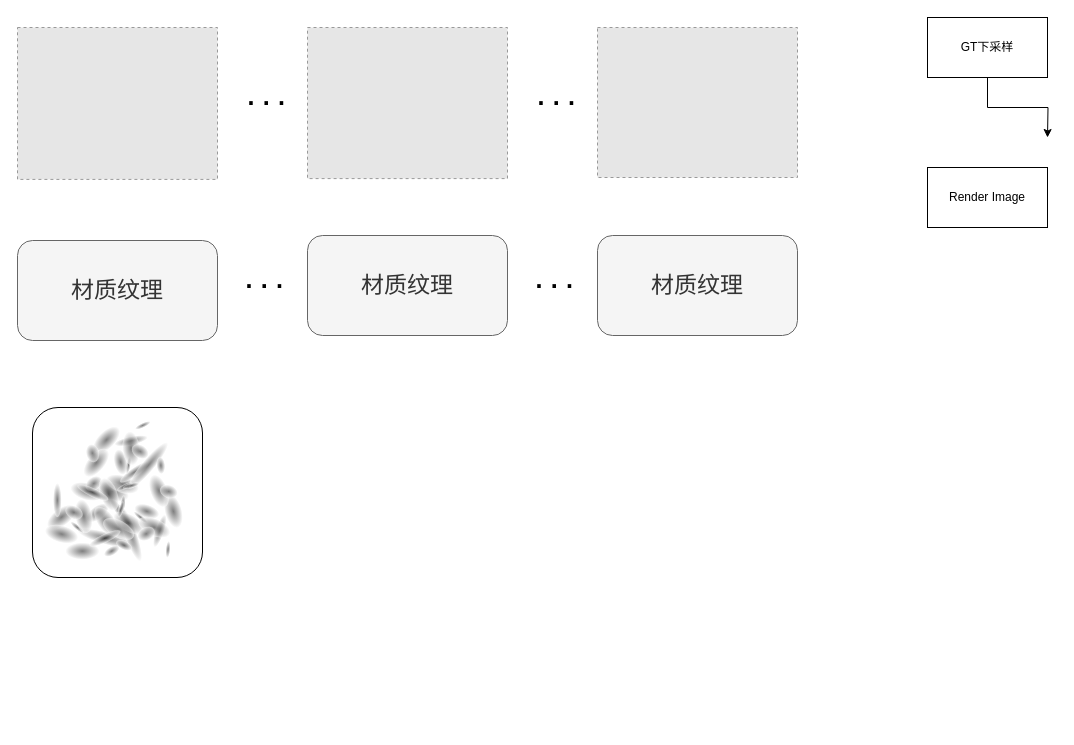
thEu-suisei/draw_io keeps this draw.io diagram as mid-term/预训练环境纹理与渐进式训练.drawio. Above is the earlier version. Source tidied: cells renumbered, new cells numbered last; positions are measured from the earlier drawing's top-left corner, leaving out a move shared by most shapes. Both pictures are drawn from the tidied source at 100%, with x=0, y=0 at pixel (17, 17). Pictures stored in the file or linked from it are replaced by grey dashed boxes.
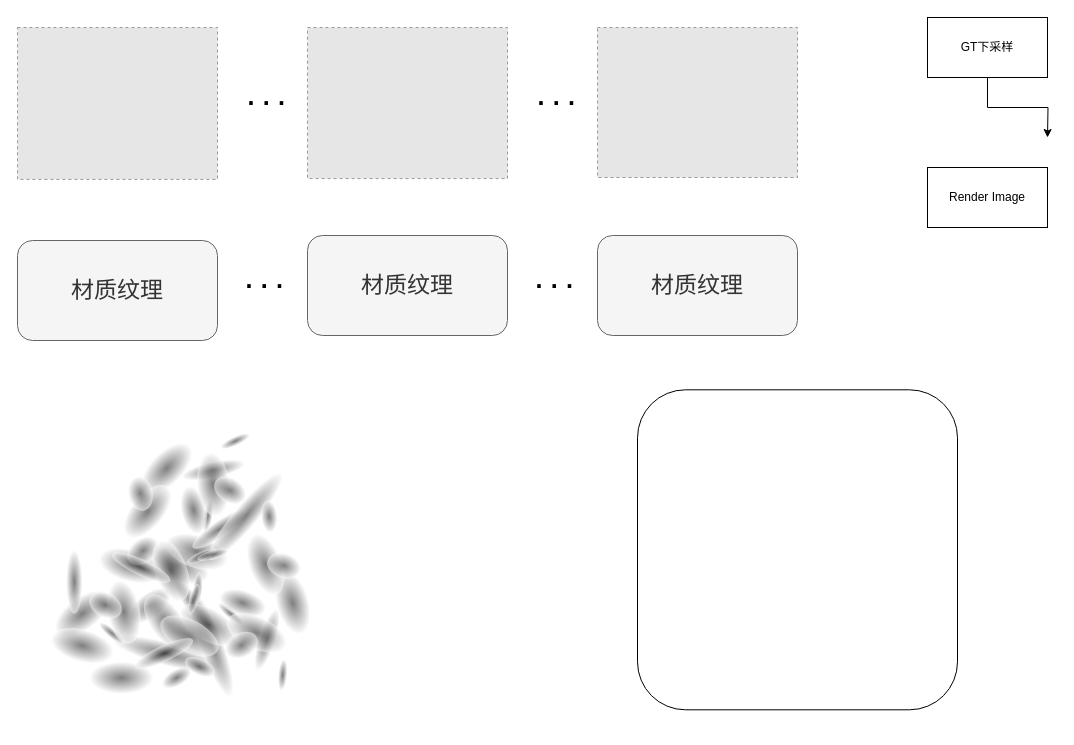
The same page after the edit.

Commit message (it also covers changes not shown here):
更新预训练环境纹理与渐进式训练.drawio

Diff of the diagram source:
```diff
@@
     <mxCell id="15" style="group;rounded=1;" parent="1" vertex="1">
-      <mxGeometry x="15" y="390" width="170" height="170" as="geometry" />
+      <mxGeometry x="10" y="390" width="320" height="320" as="geometry" />
     </mxCell>
-    <mxCell id="16" style="whiteSpace=wrap;html=1;rounded=1;" parent="15" vertex="1">
-      <mxGeometry width="170" height="170" as="geometry" />
-    </mxCell>
     <mxCell id="17" style="ellipse;whiteSpace=wrap;html=1;gradientColor=#FFFFFF;gradientDirection=radial;fillColor=#000000;strokeColor=none;rotation=53;opacity=50;" parent="15" vertex="1">
-      <mxGeometry x="20.6" y="92.6" width="17" height="34" as="geometry" />
+      <mxGeometry x="38.8" y="174.3" width="32" height="64" as="geometry" />
     </mxCell>
     <mxCell id="18" style="ellipse;whiteSpace=wrap;html=1;gradientColor=#FFFFFF;gradientDirection=radial;fillColor=#000000;strokeColor=none;rotation=110;opacity=50;" parent="15" vertex="1">
-      <mxGeometry x="71.6" y="67" width="17" height="34" as="geometry" />
+      <mxGeometry x="134.8" y="126.1" width="32" height="64" as="geometry" />
     </mxCell>
     <mxCell id="19" style="ellipse;whiteSpace=wrap;html=1;gradientColor=#FFFFFF;gradientDirection=radial;fillColor=#000000;strokeColor=none;rotation=105;opacity=50;" parent="15" vertex="1">
-      <mxGeometry x="46.1" y="67" width="17" height="34" as="geometry" />
+      <mxGeometry x="86.8" y="126.1" width="32" height="64" as="geometry" />
     </mxCell>
     <mxCell id="20" style="ellipse;whiteSpace=wrap;html=1;gradientColor=#FFFFFF;gradientDirection=radial;fillColor=#000000;strokeColor=none;rotation=53;opacity=50;" parent="15" vertex="1">
-      <mxGeometry x="71.6" y="101" width="34" height="8.6" as="geometry" />
+      <mxGeometry x="134.8" y="190.1" width="64" height="16.1" as="geometry" />
     </mxCell>
     <mxCell id="21" style="ellipse;whiteSpace=wrap;html=1;gradientColor=#FFFFFF;gradientDirection=radial;fillColor=#000000;strokeColor=none;rotation=105;opacity=50;" parent="15" vertex="1">
-      <mxGeometry x="20.6" y="109.6" width="17" height="34" as="geometry" />
+      <mxGeometry x="38.8" y="206.3" width="32" height="64" as="geometry" />
     </mxCell>
     <mxCell id="22" style="ellipse;whiteSpace=wrap;html=1;gradientColor=#FFFFFF;gradientDirection=radial;fillColor=#000000;strokeColor=none;rotation=105;opacity=50;" parent="15" vertex="1">
-      <mxGeometry x="67.8" y="101.1" width="12.3" height="59.5" as="geometry" />
+      <mxGeometry x="127.6" y="190.3" width="23.2" height="112" as="geometry" />
     </mxCell>
     <mxCell id="23" style="ellipse;whiteSpace=wrap;html=1;gradientColor=#FFFFFF;gradientDirection=radial;fillColor=#000000;strokeColor=none;rotation=53;opacity=50;" parent="15" vertex="1">
-      <mxGeometry x="58.4" y="92.5" width="13.2" height="25.6" as="geometry" />
+      <mxGeometry x="110" y="174.1" width="24.8" height="48.1" as="geometry" />
     </mxCell>
     <mxCell id="24" style="ellipse;whiteSpace=wrap;html=1;gradientColor=#FFFFFF;gradientDirection=radial;fillColor=#000000;strokeColor=none;rotation=53;opacity=50;" parent="15" vertex="1">
-      <mxGeometry x="54.9" y="67" width="12.9" height="18.2" as="geometry" />
+      <mxGeometry x="103.4" y="126.1" width="24.2" height="34.4" as="geometry" />
     </mxCell>
     <mxCell id="25" style="ellipse;whiteSpace=wrap;html=1;gradientColor=#FFFFFF;gradientDirection=radial;fillColor=#000000;strokeColor=none;rotation=-90;opacity=50;" parent="15" vertex="1">
-      <mxGeometry x="41.4" y="126.6" width="17" height="34" as="geometry" />
+      <mxGeometry x="78" y="238.3" width="32" height="64" as="geometry" />
     </mxCell>
     <mxCell id="26" style="ellipse;whiteSpace=wrap;html=1;gradientColor=#FFFFFF;gradientDirection=radial;fillColor=#000000;strokeColor=none;rotation=0;opacity=50;" parent="15" vertex="1">
-      <mxGeometry x="20.6" y="75.6" width="8.5" height="34" as="geometry" />
+      <mxGeometry x="38.8" y="142.3" width="16" height="64" as="geometry" />
     </mxCell>
     <mxCell id="27" style="ellipse;whiteSpace=wrap;html=1;gradientColor=#FFFFFF;gradientDirection=radial;fillColor=#000000;strokeColor=none;rotation=60;opacity=50;" parent="15" vertex="1">
-      <mxGeometry x="75" y="135" width="8.5" height="17.1" as="geometry" />
+      <mxGeometry x="141.2" y="254.2" width="16" height="32.1" as="geometry" />
     </mxCell>
     <mxCell id="28" style="ellipse;whiteSpace=wrap;html=1;gradientColor=#FFFFFF;gradientDirection=radial;fillColor=#000000;strokeColor=none;rotation=130;opacity=50;" parent="15" vertex="1">
-      <mxGeometry x="42.4" y="111.4" width="4.7" height="16.9" as="geometry" />
+      <mxGeometry x="79.9" y="209.8" width="8.8" height="31.9" as="geometry" />
     </mxCell>
     <mxCell id="29" style="ellipse;whiteSpace=wrap;html=1;gradientColor=#FFFFFF;gradientDirection=radial;fillColor=#000000;strokeColor=none;rotation=130;opacity=50;" parent="15" vertex="1">
-      <mxGeometry x="105.6" y="101.2" width="4.7" height="16.9" as="geometry" />
+      <mxGeometry x="198.8" y="190.4" width="8.8" height="31.9" as="geometry" />
     </mxCell>
     <mxCell id="30" style="ellipse;whiteSpace=wrap;html=1;gradientColor=#FFFFFF;gradientDirection=radial;fillColor=#000000;strokeColor=none;rotation=108;opacity=50;" parent="15" vertex="1">
-      <mxGeometry x="81.4" y="59.6" width="17" height="34" as="geometry" />
+      <mxGeometry x="153.2" y="112.2" width="32" height="64" as="geometry" />
     </mxCell>
     <mxCell id="31" style="ellipse;whiteSpace=wrap;html=1;gradientColor=#FFFFFF;gradientDirection=radial;fillColor=#000000;strokeColor=none;rotation=165;opacity=50;" parent="15" vertex="1">
-      <mxGeometry x="132.4" y="86.8" width="17" height="34" as="geometry" />
+      <mxGeometry x="249.2" y="163.4" width="32" height="64" as="geometry" />
     </mxCell>
     <mxCell id="32" style="ellipse;whiteSpace=wrap;html=1;gradientColor=#FFFFFF;gradientDirection=radial;fillColor=#000000;strokeColor=none;rotation=160;opacity=50;" parent="15" vertex="1">
-      <mxGeometry x="117.9" y="66.4" width="17" height="34" as="geometry" />
+      <mxGeometry x="222" y="125" width="32" height="64" as="geometry" />
     </mxCell>
     <mxCell id="33" style="ellipse;whiteSpace=wrap;html=1;gradientColor=#FFFFFF;gradientDirection=radial;fillColor=#000000;strokeColor=none;rotation=108;opacity=50;" parent="15" vertex="1">
-      <mxGeometry x="110.3" y="119.1" width="34" height="8.6" as="geometry" />
+      <mxGeometry x="207.6" y="224.2" width="64" height="16.1" as="geometry" />
     </mxCell>
     <mxCell id="34" style="ellipse;whiteSpace=wrap;html=1;gradientColor=#FFFFFF;gradientDirection=radial;fillColor=#000000;strokeColor=none;rotation=160;opacity=50;" parent="15" vertex="1">
-      <mxGeometry x="67.8" y="69.8" width="17" height="34" as="geometry" />
+      <mxGeometry x="127.6" y="131.4" width="32" height="64" as="geometry" />
     </mxCell>
     <mxCell id="35" style="ellipse;whiteSpace=wrap;html=1;gradientColor=#FFFFFF;gradientDirection=radial;fillColor=#000000;strokeColor=none;rotation=160;opacity=50;" parent="15" vertex="1">
-      <mxGeometry x="91.6" y="96.1" width="12.3" height="59.5" as="geometry" />
+      <mxGeometry x="172.4" y="181" width="23.2" height="112" as="geometry" />
     </mxCell>
     <mxCell id="36" style="ellipse;whiteSpace=wrap;html=1;gradientColor=#FFFFFF;gradientDirection=radial;fillColor=#000000;strokeColor=none;rotation=108;opacity=50;" parent="15" vertex="1">
-      <mxGeometry x="107.7" y="91" width="13.2" height="25.6" as="geometry" />
+      <mxGeometry x="202.8" y="171.4" width="24.8" height="48.1" as="geometry" />
     </mxCell>
     <mxCell id="37" style="ellipse;whiteSpace=wrap;html=1;gradientColor=#FFFFFF;gradientDirection=radial;fillColor=#000000;strokeColor=none;rotation=108;opacity=50;" parent="15" vertex="1">
-      <mxGeometry x="129.8" y="74.9" width="12.9" height="18.2" as="geometry" />
+      <mxGeometry x="244.4" y="141" width="24.2" height="34.4" as="geometry" />
     </mxCell>
     <mxCell id="38" style="ellipse;whiteSpace=wrap;html=1;gradientColor=#FFFFFF;gradientDirection=radial;fillColor=#000000;strokeColor=none;rotation=-35;opacity=50;" parent="15" vertex="1">
-      <mxGeometry x="65.2" y="97" width="17" height="34" as="geometry" />
+      <mxGeometry x="122.8" y="182.6" width="32" height="64" as="geometry" />
     </mxCell>
     <mxCell id="39" style="ellipse;whiteSpace=wrap;html=1;gradientColor=#FFFFFF;gradientDirection=radial;fillColor=#000000;strokeColor=none;rotation=55;opacity=50;" parent="15" vertex="1">
-      <mxGeometry x="97.5" y="47.7" width="8.5" height="34" as="geometry" />
+      <mxGeometry x="183.6" y="89.8" width="16" height="64" as="geometry" />
     </mxCell>
     <mxCell id="40" style="ellipse;whiteSpace=wrap;html=1;gradientColor=#FFFFFF;gradientDirection=radial;fillColor=#000000;strokeColor=none;rotation=115;opacity=50;" parent="15" vertex="1">
-      <mxGeometry x="87.3" y="129.3" width="8.5" height="17.1" as="geometry" />
+      <mxGeometry x="164.4" y="243.4" width="16" height="32.1" as="geometry" />
     </mxCell>
     <mxCell id="41" style="ellipse;whiteSpace=wrap;html=1;gradientColor=#FFFFFF;gradientDirection=radial;fillColor=#000000;strokeColor=none;rotation=185;opacity=50;" parent="15" vertex="1">
-      <mxGeometry x="88.2" y="87.6" width="4.7" height="16.9" as="geometry" />
+      <mxGeometry x="166" y="165" width="8.8" height="31.9" as="geometry" />
     </mxCell>
     <mxCell id="42" style="ellipse;whiteSpace=wrap;html=1;gradientColor=#FFFFFF;gradientDirection=radial;fillColor=#000000;strokeColor=none;rotation=185;opacity=50;" parent="15" vertex="1">
-      <mxGeometry x="133.2" y="133.5" width="4.7" height="16.9" as="geometry" />
+      <mxGeometry x="250.8" y="251.4" width="8.8" height="31.9" as="geometry" />
     </mxCell>
     <mxCell id="43" style="ellipse;whiteSpace=wrap;html=1;gradientColor=#FFFFFF;gradientDirection=radial;fillColor=#000000;strokeColor=none;rotation=-60;opacity=50;" parent="15" vertex="1">
-      <mxGeometry x="87.8" y="98.5" width="17" height="34" as="geometry" />
+      <mxGeometry x="165.2" y="185.3" width="32" height="64" as="geometry" />
     </mxCell>
     <mxCell id="44" style="ellipse;whiteSpace=wrap;html=1;gradientColor=#FFFFFF;gradientDirection=radial;fillColor=#000000;strokeColor=none;rotation=-65;opacity=50;" parent="15" vertex="1">
-      <mxGeometry x="113.3" y="102.7" width="17" height="34" as="geometry" />
+      <mxGeometry x="213.2" y="193.3" width="32" height="64" as="geometry" />
     </mxCell>
     <mxCell id="45" style="ellipse;whiteSpace=wrap;html=1;gradientColor=#FFFFFF;gradientDirection=radial;fillColor=#000000;strokeColor=none;rotation=-117;opacity=50;" parent="15" vertex="1">
-      <mxGeometry x="107.3" y="117.2" width="12.9" height="18.2" as="geometry" />
+      <mxGeometry x="202" y="220.5" width="24.2" height="34.4" as="geometry" />
     </mxCell>
     <mxCell id="46" style="ellipse;whiteSpace=wrap;html=1;gradientColor=#FFFFFF;gradientDirection=radial;fillColor=#000000;strokeColor=none;rotation=-62;opacity=50;" parent="15" vertex="1">
-      <mxGeometry x="77.6" y="104.4" width="17" height="34" as="geometry" />
+      <mxGeometry x="146" y="196.5" width="32" height="64" as="geometry" />
     </mxCell>
     <mxCell id="47" style="ellipse;whiteSpace=wrap;html=1;gradientColor=#FFFFFF;gradientDirection=radial;fillColor=#000000;strokeColor=none;rotation=-10;opacity=50;" parent="15" vertex="1">
-      <mxGeometry x="42.7" y="91.7" width="17" height="34" as="geometry" />
+      <mxGeometry x="80.4" y="172.5" width="32" height="64" as="geometry" />
     </mxCell>
     <mxCell id="48" style="ellipse;whiteSpace=wrap;html=1;gradientColor=#FFFFFF;gradientDirection=radial;fillColor=#000000;strokeColor=none;rotation=-62;opacity=50;" parent="15" vertex="1">
-      <mxGeometry x="35.1" y="95.9" width="12.9" height="18.2" as="geometry" />
+      <mxGeometry x="66" y="180.5" width="24.2" height="34.4" as="geometry" />
     </mxCell>
     <mxCell id="49" style="ellipse;whiteSpace=wrap;html=1;gradientColor=#FFFFFF;gradientDirection=radial;fillColor=#000000;strokeColor=none;rotation=-115;opacity=50;" parent="15" vertex="1">
-      <mxGeometry x="68.2" y="113.8" width="8.5" height="34" as="geometry" />
+      <mxGeometry x="128.4" y="214.1" width="16" height="64" as="geometry" />
     </mxCell>
     <mxCell id="50" style="ellipse;whiteSpace=wrap;html=1;gradientColor=#FFFFFF;gradientDirection=radial;fillColor=#000000;strokeColor=none;rotation=15;opacity=50;" parent="15" vertex="1">
-      <mxGeometry x="86.1" y="93.4" width="4.7" height="16.9" as="geometry" />
+      <mxGeometry x="162" y="175.7" width="8.8" height="31.9" as="geometry" />
     </mxCell>
     <mxCell id="51" style="ellipse;whiteSpace=wrap;html=1;gradientColor=#FFFFFF;gradientDirection=radial;fillColor=#000000;strokeColor=none;rotation=10;opacity=50;" parent="15" vertex="1">
-      <mxGeometry x="93.5" y="49.4" width="4.7" height="16.9" as="geometry" />
+      <mxGeometry x="176.1" y="92.9" width="8.8" height="31.9" as="geometry" />
     </mxCell>
     <mxCell id="52" style="ellipse;whiteSpace=wrap;html=1;gradientColor=#FFFFFF;gradientDirection=radial;fillColor=#000000;strokeColor=none;rotation=45;opacity=50;" parent="15" vertex="1">
-      <mxGeometry x="65.5" y="15.4" width="17" height="34" as="geometry" />
+      <mxGeometry x="123.3" y="28.9" width="32" height="64" as="geometry" />
     </mxCell>
     <mxCell id="53" style="ellipse;whiteSpace=wrap;html=1;gradientColor=#FFFFFF;gradientDirection=radial;fillColor=#000000;strokeColor=none;rotation=40;opacity=50;" parent="15" vertex="1">
-      <mxGeometry x="55.3" y="38.3" width="17" height="34" as="geometry" />
+      <mxGeometry x="104.1" y="72.1" width="32" height="64" as="geometry" />
     </mxCell>
     <mxCell id="54" style="ellipse;whiteSpace=wrap;html=1;gradientColor=#FFFFFF;gradientDirection=radial;fillColor=#000000;strokeColor=none;rotation=-12;opacity=50;" parent="15" vertex="1">
-      <mxGeometry x="81.6" y="29" width="34" height="8.6" as="geometry" />
+      <mxGeometry x="153.7" y="54.5" width="64" height="16.1" as="geometry" />
     </mxCell>
     <mxCell id="55" style="ellipse;whiteSpace=wrap;html=1;gradientColor=#FFFFFF;gradientDirection=radial;fillColor=#000000;strokeColor=none;rotation=40;opacity=50;" parent="15" vertex="1">
-      <mxGeometry x="109.7" y="28.1" width="12.3" height="59.5" as="geometry" />
+      <mxGeometry x="206.5" y="52.9" width="23.2" height="112" as="geometry" />
     </mxCell>
     <mxCell id="56" style="ellipse;whiteSpace=wrap;html=1;gradientColor=#FFFFFF;gradientDirection=radial;fillColor=#000000;strokeColor=none;rotation=-12;opacity=50;" parent="15" vertex="1">
-      <mxGeometry x="81.6" y="41.7" width="13.2" height="25.6" as="geometry" />
+      <mxGeometry x="153.7" y="78.5" width="24.8" height="48.1" as="geometry" />
     </mxCell>
     <mxCell id="57" style="ellipse;whiteSpace=wrap;html=1;gradientColor=#FFFFFF;gradientDirection=radial;fillColor=#000000;strokeColor=none;rotation=-12;opacity=50;" parent="15" vertex="1">
-      <mxGeometry x="53.6" y="36.6" width="12.9" height="18.2" as="geometry" />
+      <mxGeometry x="100.9" y="68.9" width="24.2" height="34.4" as="geometry" />
     </mxCell>
     <mxCell id="58" style="ellipse;whiteSpace=wrap;html=1;gradientColor=#FFFFFF;gradientDirection=radial;fillColor=#000000;strokeColor=none;rotation=-65;opacity=50;" parent="15" vertex="1">
-      <mxGeometry x="56.1" y="68.1" width="8.5" height="34" as="geometry" />
+      <mxGeometry x="105.7" y="128.1" width="16" height="64" as="geometry" />
     </mxCell>
     <mxCell id="59" style="ellipse;whiteSpace=wrap;html=1;gradientColor=#FFFFFF;gradientDirection=radial;fillColor=#000000;strokeColor=none;rotation=-5;opacity=50;" parent="15" vertex="1">
-      <mxGeometry x="124.1" y="49.4" width="8.5" height="17.1" as="geometry" />
+      <mxGeometry x="233.7" y="92.9" width="16" height="32.1" as="geometry" />
     </mxCell>
     <mxCell id="60" style="ellipse;whiteSpace=wrap;html=1;gradientColor=#FFFFFF;gradientDirection=radial;fillColor=#000000;strokeColor=none;rotation=65;opacity=50;" parent="15" vertex="1">
-      <mxGeometry x="90.1" y="70.6" width="4.7" height="16.9" as="geometry" />
+      <mxGeometry x="169.7" y="132.9" width="8.8" height="31.9" as="geometry" />
     </mxCell>
     <mxCell id="61" style="ellipse;whiteSpace=wrap;html=1;gradientColor=#FFFFFF;gradientDirection=radial;fillColor=#000000;strokeColor=none;rotation=65;opacity=50;" parent="15" vertex="1">
-      <mxGeometry x="108" y="9.4" width="4.7" height="16.9" as="geometry" />
+      <mxGeometry x="203.3" y="17.7" width="8.8" height="31.9" as="geometry" />
     </mxCell>
     <mxCell id="62" style="ellipse;whiteSpace=wrap;html=1;gradientColor=#FFFFFF;gradientDirection=radial;fillColor=#000000;strokeColor=none;rotation=-185;opacity=50;" parent="15" vertex="1">
-      <mxGeometry x="90.1" y="23.9" width="17" height="34" as="geometry" />
+      <mxGeometry x="169.7" y="44.9" width="32" height="64" as="geometry" />
     </mxCell>
     <mxCell id="63" style="ellipse;whiteSpace=wrap;html=1;gradientColor=#FFFFFF;gradientDirection=radial;fillColor=#000000;strokeColor=none;rotation=-237;opacity=50;" parent="15" vertex="1">
-      <mxGeometry x="101.2" y="34.9" width="12.9" height="18.2" as="geometry" />
+      <mxGeometry x="190.5" y="65.7" width="24.2" height="34.4" as="geometry" />
     </mxCell>
     <mxCell id="64" style="ellipse;whiteSpace=wrap;html=1;gradientColor=#FFFFFF;gradientDirection=radial;fillColor=#000000;strokeColor=none;rotation=-105;opacity=50;" parent="15" vertex="1">
-      <mxGeometry x="96.1" y="69.8" width="4.7" height="16.9" as="geometry" />
+      <mxGeometry x="180.9" y="131.3" width="8.8" height="31.9" as="geometry" />
     </mxCell>
+    <mxCell id="16" style="whiteSpace=wrap;html=1;rounded=1;" parent="1" vertex="1">
+      <mxGeometry x="620" y="372.3" width="320" height="320" as="geometry" />
+    </mxCell>
```
